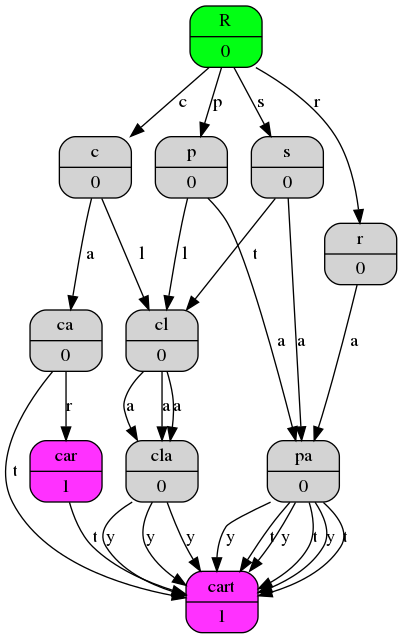
Before: Trie/AFD.png, a diagram exported from Graphviz (ReposAcces/AutomatonMinimization). Its source is kept beside it as Trie/AFD.dot.
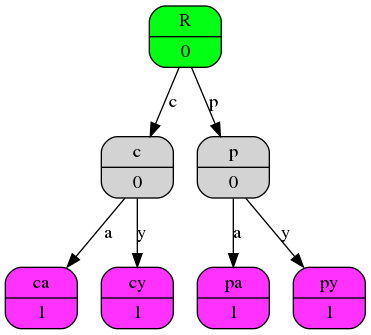
Above is the later version.

Change to the diagram source:
```diff
@@ -2,56 +2,16 @@
 	node [shape=Mrecord];
 	R[style=filled, fillcolor="#02ff14", label="{ <data> R | <ew> 0 }"];
 	c[style=filled, fillcolor="", label="{ <data> c | <ew> 0 }"];
-	ca[style=filled, fillcolor="", label="{ <data> ca | <ew> 0 }"];
-	car[style=filled, fillcolor="#ff31ff", label="{ <data> car | <ew> 1 }"];
-	cart[style=filled, fillcolor="#ff31ff", label="{ <data> cart | <ew> 1 }"];
-	cart[style=filled, fillcolor="#ff31ff", label="{ <data> cart | <ew> 1 }"];
-	cl[style=filled, fillcolor="", label="{ <data> cl | <ew> 0 }"];
-	cla[style=filled, fillcolor="", label="{ <data> cla | <ew> 0 }"];
-	cart[style=filled, fillcolor="#ff31ff", label="{ <data> cart | <ew> 1 }"];
-	p[style=filled, fillcolor="", label="{ <data> p | <ew> 0 }"];
-	pa[style=filled, fillcolor="", label="{ <data> pa | <ew> 0 }"];
-	cart[style=filled, fillcolor="#ff31ff", label="{ <data> cart | <ew> 1 }"];
-	cart[style=filled, fillcolor="#ff31ff", label="{ <data> cart | <ew> 1 }"];
-	cl[style=filled, fillcolor="", label="{ <data> cl | <ew> 0 }"];
-	cla[style=filled, fillcolor="", label="{ <data> cla | <ew> 0 }"];
-	cart[style=filled, fillcolor="#ff31ff", label="{ <data> cart | <ew> 1 }"];
-	r[style=filled, fillcolor="", label="{ <data> r | <ew> 0 }"];
-	pa[style=filled, fillcolor="", label="{ <data> pa | <ew> 0 }"];
-	cart[style=filled, fillcolor="#ff31ff", label="{ <data> cart | <ew> 1 }"];
-	cart[style=filled, fillcolor="#ff31ff", label="{ <data> cart | <ew> 1 }"];
-	s[style=filled, fillcolor="", label="{ <data> s | <ew> 0 }"];
-	pa[style=filled, fillcolor="", label="{ <data> pa | <ew> 0 }"];
-	cart[style=filled, fillcolor="#ff31ff", label="{ <data> cart | <ew> 1 }"];
-	cart[style=filled, fillcolor="#ff31ff", label="{ <data> cart | <ew> 1 }"];
-	cl[style=filled, fillcolor="", label="{ <data> cl | <ew> 0 }"];
-	cla[style=filled, fillcolor="", label="{ <data> cla | <ew> 0 }"];
-	cart[style=filled, fillcolor="#ff31ff", label="{ <data> cart | <ew> 1 }"];
+	ca[style=filled, fillcolor="#ff31ff", label="{ <data> ca | <ew> 1 }"];
+	ca[style=filled, fillcolor="#ff31ff", label="{ <data> ca | <ew> 1 }"];
+	c[style=filled, fillcolor="", label="{ <data> c | <ew> 0 }"];
+	ca[style=filled, fillcolor="#ff31ff", label="{ <data> ca | <ew> 1 }"];
+	ca[style=filled, fillcolor="#ff31ff", label="{ <data> ca | <ew> 1 }"];
 
 	R:ew:c -> c [label=c];
-	R:ew:c -> p [label=p];
-	R:ew:c -> r [label=r];
-	R:ew:c -> s [label=s];
+	R:ew:c -> c [label=p];
 	c:ew:c -> ca [label=a];
-	c:ew:c -> cl [label=l];
-	p:ew:c -> pa [label=a];
-	p:ew:c -> cl [label=l];
-	r:ew:c -> pa [label=a];
-	s:ew:c -> pa [label=a];
-	s:ew:c -> cl [label=t];
-	ca:ew:c -> car [label=r];
-	ca:ew:c -> cart [label=t];
-	cl:ew:c -> cla [label=a];
-	pa:ew:c -> cart [label=t];
-	pa:ew:c -> cart [label=y];
-	cl:ew:c -> cla [label=a];
-	pa:ew:c -> cart [label=t];
-	pa:ew:c -> cart [label=y];
-	pa:ew:c -> cart [label=t];
-	pa:ew:c -> cart [label=y];
-	cl:ew:c -> cla [label=a];
-	car:ew:c -> cart [label=t];
-	cla:ew:c -> cart [label=y];
-	cla:ew:c -> cart [label=y];
-	cla:ew:c -> cart [label=y];
+	c:ew:c -> ca [label=y];
+	c:ew:c -> ca [label=a];
+	c:ew:c -> ca [label=y];
 }
```
